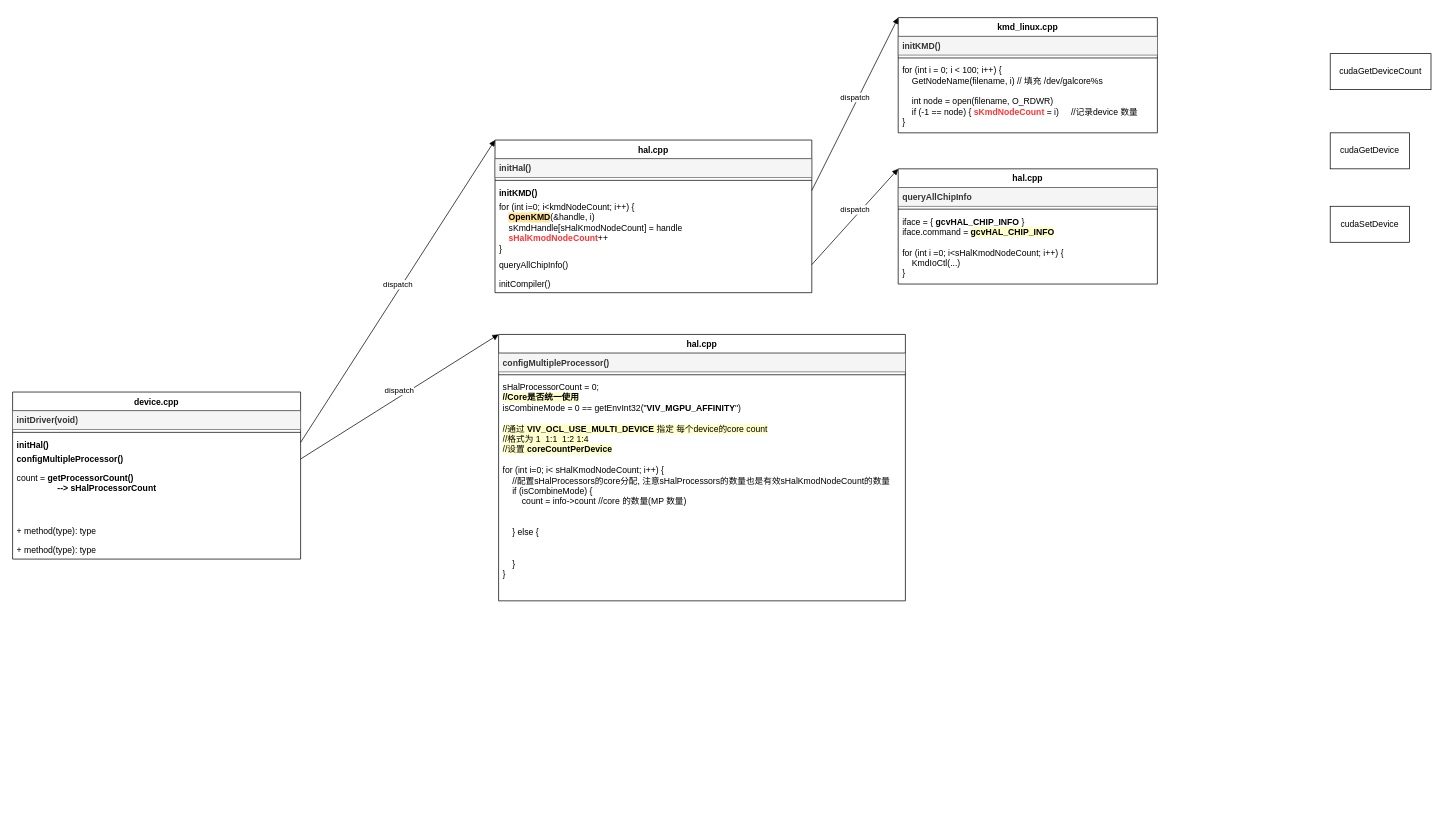
Above: device_count.drawio in evolution124/mydiagram (draw.io), before the change. Source tidied: cells renumbered, new cells numbered last; positions are measured from the earlier drawing's top-left corner, leaving out a move shared by most shapes. Both pictures are drawn from the tidied source at 72%, with x=0, y=0 at pixel (12, 17).
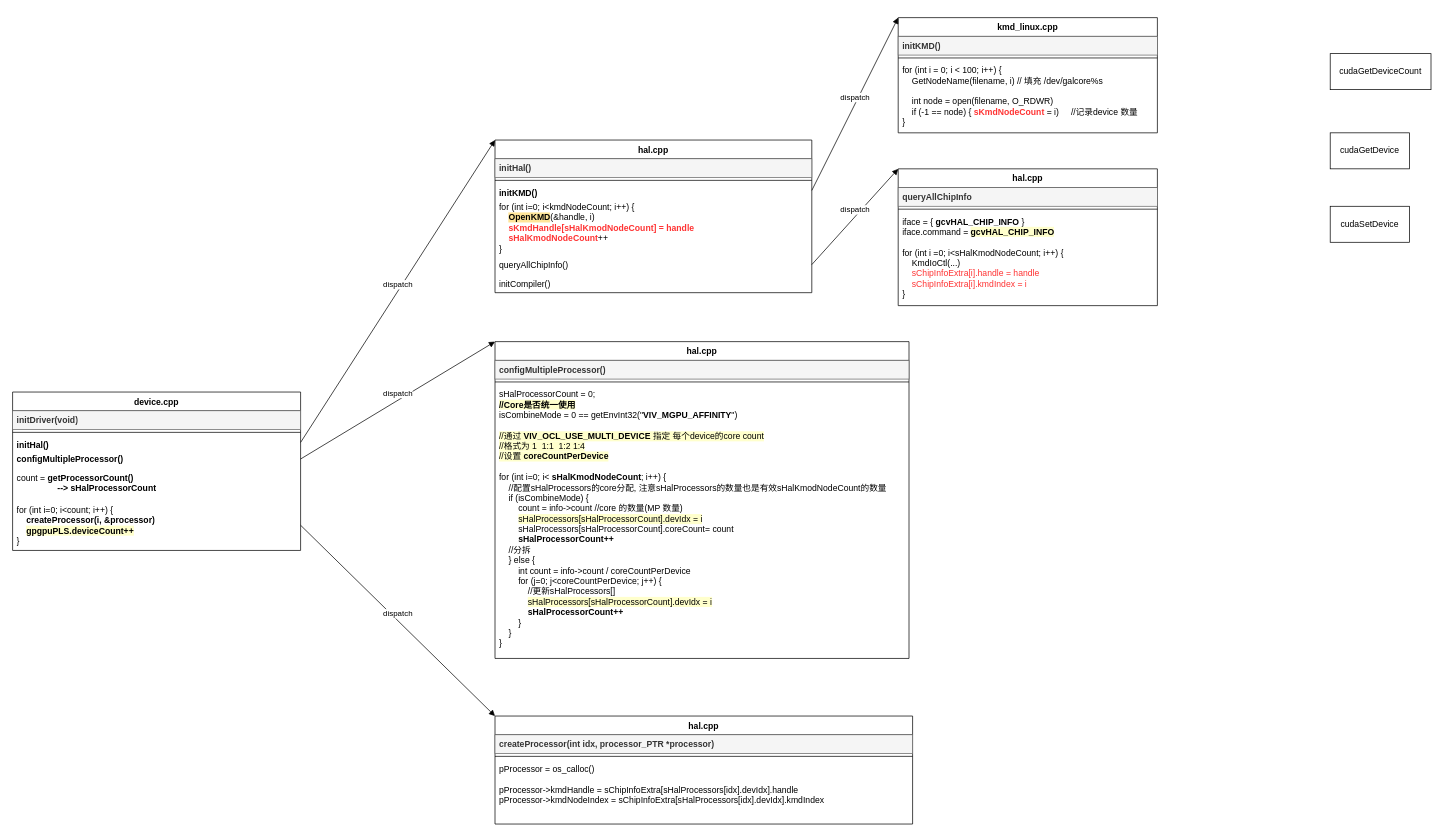
The same page after the edit.

Unchanged cells that the change refers to:
```xml
<mxCell id="2" value="hal.cpp" style="swimlane;fontStyle=1;align=center;verticalAlign=top;horizontal=1;startSize=26;whiteSpace=wrap;html=1;" parent="1" vertex="1">
  <mxGeometry x="670" y="170" width="440" height="212" as="geometry" />
</mxCell>
```

Diff of the diagram source:
```diff
@@
-    <mxCell id="6" value="for (int i=0; i&amp;lt;kmdNodeCount; i++) {&lt;div&gt;&amp;nbsp; &amp;nbsp; &lt;b style=&quot;background-color: rgb(255, 229, 153);&quot;&gt;OpenKMD&lt;/b&gt;(&amp;amp;handle, i)&lt;/div&gt;&lt;div&gt;&amp;nbsp; &amp;nbsp; sKmdHandle[sHalKmodNodeCount] = handle&lt;/div&gt;&lt;div&gt;&amp;nbsp; &amp;nbsp; &lt;font color=&quot;#ff3333&quot;&gt;&lt;b&gt;sHalKmodNodeCount&lt;/b&gt;&lt;/font&gt;++&lt;/div&gt;&lt;div&gt;}&lt;/div&gt;" style="text;strokeColor=none;fillColor=none;align=left;verticalAlign=top;spacingLeft=4;spacingRight=4;overflow=hidden;whiteSpace=wrap;html=1;" parent="2" vertex="1">
+    <mxCell id="6" value="for (int i=0; i&amp;lt;kmdNodeCount; i++) {&lt;div&gt;&amp;nbsp; &amp;nbsp; &lt;b style=&quot;background-color: rgb(255, 229, 153);&quot;&gt;OpenKMD&lt;/b&gt;(&amp;amp;handle, i)&lt;/div&gt;&lt;div&gt;&amp;nbsp; &amp;nbsp; &lt;font color=&quot;#ff3333&quot;&gt;&lt;b&gt;sKmdHandle[sHalKmodNodeCount] = handle&lt;/b&gt;&lt;/font&gt;&lt;/div&gt;&lt;div&gt;&amp;nbsp; &amp;nbsp; &lt;font color=&quot;#ff3333&quot;&gt;&lt;b&gt;sHalKmodNodeCount&lt;/b&gt;&lt;/font&gt;++&lt;/div&gt;&lt;div&gt;}&lt;/div&gt;" style="text;strokeColor=none;fillColor=none;align=left;verticalAlign=top;spacingLeft=4;spacingRight=4;overflow=hidden;whiteSpace=wrap;html=1;" parent="2" vertex="1">
       <mxGeometry y="80" width="440" height="80" as="geometry" />
     </mxCell>
@@
     <mxCell id="17" value="hal.cpp" style="swimlane;fontStyle=1;align=center;verticalAlign=top;horizontal=1;startSize=26;whiteSpace=wrap;html=1;" parent="1" vertex="1">
-      <mxGeometry x="1230" y="210" width="360" height="160" as="geometry" />
+      <mxGeometry x="1230" y="210" width="360" height="190" as="geometry" />
     </mxCell>
@@
-    <mxCell id="20" value="iface = { &lt;b&gt;gcvHAL_CHIP_INFO&lt;/b&gt; }&lt;div&gt;iface.command = &lt;b style=&quot;background-color: rgb(255, 255, 204);&quot;&gt;gcvHAL_CHIP_INFO&lt;/b&gt;&lt;/div&gt;&lt;div&gt;&lt;br&gt;&lt;/div&gt;&lt;div&gt;for (int i =0; i&amp;lt;sHalKmodNodeCount; i++) {&lt;/div&gt;&lt;div&gt;&amp;nbsp; &amp;nbsp; KmdIoCtl(...)&lt;/div&gt;&lt;div&gt;}&lt;/div&gt;" style="text;strokeColor=none;fillColor=none;align=left;verticalAlign=top;spacingLeft=4;spacingRight=4;overflow=hidden;whiteSpace=wrap;html=1;" parent="17" vertex="1">
-      <mxGeometry y="60" width="360" height="100" as="geometry" />
+    <mxCell id="20" value="iface = { &lt;b&gt;gcvHAL_CHIP_INFO&lt;/b&gt; }&lt;div&gt;iface.command = &lt;b style=&quot;background-color: rgb(255, 255, 204);&quot;&gt;gcvHAL_CHIP_INFO&lt;/b&gt;&lt;/div&gt;&lt;div&gt;&lt;br&gt;&lt;/div&gt;&lt;div&gt;for (int i =0; i&amp;lt;sHalKmodNodeCount; i++) {&lt;/div&gt;&lt;div&gt;&amp;nbsp; &amp;nbsp; KmdIoCtl(...)&lt;/div&gt;&lt;div&gt;&amp;nbsp; &amp;nbsp; &lt;font color=&quot;#ff3333&quot;&gt;sChipInfoExtra[i].handle = handle&lt;/font&gt;&lt;br&gt;&amp;nbsp; &amp;nbsp; &lt;font color=&quot;#ff3333&quot;&gt;sChipInfoExtra[i].kmdIndex = i&lt;/font&gt;&lt;/div&gt;&lt;div&gt;}&lt;/div&gt;" style="text;strokeColor=none;fillColor=none;align=left;verticalAlign=top;spacingLeft=4;spacingRight=4;overflow=hidden;whiteSpace=wrap;html=1;" parent="17" vertex="1">
+      <mxGeometry y="60" width="360" height="130" as="geometry" />
     </mxCell>
@@
     <mxCell id="22" value="device.cpp" style="swimlane;fontStyle=1;align=center;verticalAlign=top;horizontal=1;startSize=26;whiteSpace=wrap;html=1;" parent="1" vertex="1">
-      <mxGeometry y="520" width="400" height="232" as="geometry" />
+      <mxGeometry y="520" width="400" height="220" as="geometry" />
     </mxCell>
@@
     <mxCell id="27" value="count = &lt;b&gt;getProcessorCount()&lt;/b&gt;&lt;div&gt;&lt;b&gt;&amp;nbsp; &amp;nbsp; &amp;nbsp; &amp;nbsp; &amp;nbsp; &amp;nbsp; &amp;nbsp; &amp;nbsp; &amp;nbsp;--&amp;gt; sHalProcessorCount&lt;/b&gt;&lt;/div&gt;" style="text;strokeColor=none;fillColor=none;align=left;verticalAlign=top;spacingLeft=4;spacingRight=4;overflow=hidden;whiteSpace=wrap;html=1;" parent="22" vertex="1">
-      <mxGeometry y="106" width="400" height="74" as="geometry" />
+      <mxGeometry y="106" width="400" height="44" as="geometry" />
     </mxCell>
-    <mxCell id="28" value="+ method(type): type" style="text;strokeColor=none;fillColor=none;align=left;verticalAlign=top;spacingLeft=4;spacingRight=4;overflow=hidden;points=[[0,0.5],[1,0.5]];portConstraint=eastwest;whiteSpace=wrap;html=1;" parent="22" vertex="1">
-      <mxGeometry y="180" width="400" height="26" as="geometry" />
+    <mxCell id="28" value="for (int i=0; i&amp;lt;count; i++) {&lt;div&gt;&amp;nbsp; &amp;nbsp; &lt;b&gt;createProcessor(i, &amp;amp;processor)&lt;/b&gt;&lt;br&gt;&amp;nbsp; &amp;nbsp; &lt;b style=&quot;background-color: rgb(255, 255, 204);&quot;&gt;gpgpuPLS.deviceCount++&lt;/b&gt;&lt;/div&gt;&lt;div&gt;}&lt;/div&gt;" style="text;strokeColor=none;fillColor=none;align=left;verticalAlign=top;spacingLeft=4;spacingRight=4;overflow=hidden;points=[[0,0.5],[1,0.5]];portConstraint=eastwest;whiteSpace=wrap;html=1;" parent="22" vertex="1">
+      <mxGeometry y="150" width="400" height="70" as="geometry" />
     </mxCell>
-    <mxCell id="29" value="+ method(type): type" style="text;strokeColor=none;fillColor=none;align=left;verticalAlign=top;spacingLeft=4;spacingRight=4;overflow=hidden;whiteSpace=wrap;html=1;" parent="22" vertex="1">
-      <mxGeometry y="206" width="400" height="26" as="geometry" />
-    </mxCell>
@@
     <mxCell id="31" value="hal.cpp" style="swimlane;fontStyle=1;align=center;verticalAlign=top;horizontal=1;startSize=26;whiteSpace=wrap;html=1;" parent="1" vertex="1">
-      <mxGeometry x="675" y="440" width="565" height="370" as="geometry" />
+      <mxGeometry x="670" y="450" width="575" height="440" as="geometry" />
     </mxCell>
     <mxCell id="32" value="&lt;b&gt;configMultipleProcessor()&lt;/b&gt;" style="text;strokeColor=#666666;fillColor=#f5f5f5;align=left;verticalAlign=top;spacingLeft=4;spacingRight=4;overflow=hidden;whiteSpace=wrap;html=1;fontColor=#333333;" parent="31" vertex="1">
-      <mxGeometry y="26" width="565" height="26" as="geometry" />
+      <mxGeometry y="26" width="575" height="26" as="geometry" />
     </mxCell>
     <mxCell id="33" style="line;strokeWidth=1;fillColor=none;align=left;verticalAlign=middle;spacingTop=-1;spacingLeft=3;spacingRight=3;labelPosition=right;strokeColor=inherit;" parent="31" vertex="1">
-      <mxGeometry y="52" width="565" height="8" as="geometry" />
+      <mxGeometry y="52" width="575" height="8" as="geometry" />
     </mxCell>
-    <mxCell id="34" value="sHalProcessorCount = 0;&lt;div&gt;&lt;b style=&quot;background-color: rgb(255, 255, 204);&quot;&gt;//Core是否统一使用&lt;/b&gt;&lt;/div&gt;&lt;div&gt;isCombineMode = 0 == getEnvInt32(&quot;&lt;b&gt;VIV_MGPU_AFFINITY&lt;/b&gt;&quot;)&lt;/div&gt;&lt;div&gt;&lt;br&gt;&lt;/div&gt;&lt;div&gt;&lt;span style=&quot;background-color: rgb(255, 255, 204);&quot;&gt;//通过 &lt;b&gt;VIV_OCL_USE_MULTI_DEVICE &lt;/b&gt;指定 每个device的core count&lt;/span&gt;&lt;/div&gt;&lt;div&gt;&lt;span style=&quot;background-color: rgb(255, 255, 204);&quot;&gt;//格式为 1&amp;nbsp; 1:1&amp;nbsp; 1:2 1:4&lt;/span&gt;&lt;/div&gt;&lt;div&gt;&lt;span style=&quot;background-color: rgb(255, 255, 204);&quot;&gt;//设置 &lt;b&gt;coreCountPerDevice&lt;/b&gt;&lt;/span&gt;&lt;/div&gt;&lt;div&gt;&lt;br&gt;&lt;/div&gt;&lt;div&gt;for (int i=0; i&amp;lt; sHalKmodNodeCount; i++) {&lt;/div&gt;&lt;div&gt;&amp;nbsp; &amp;nbsp; //配置sHalProcessors的core分配, 注意sHalProcessors的数量也是有效sHalKmodNodeCount的数量&lt;/div&gt;&lt;div&gt;&amp;nbsp; &amp;nbsp; if (isCombineMode) {&lt;/div&gt;&lt;div&gt;&amp;nbsp; &amp;nbsp; &amp;nbsp; &amp;nbsp; count = info-&amp;gt;count //core 的数量(MP 数量)&lt;/div&gt;&lt;div&gt;&amp;nbsp; &amp;nbsp; &amp;nbsp; &amp;nbsp;&amp;nbsp;&lt;/div&gt;&lt;div&gt;&lt;br&gt;&lt;/div&gt;&lt;div&gt;&amp;nbsp; &amp;nbsp; } else {&lt;/div&gt;&lt;div&gt;&lt;br&gt;&lt;/div&gt;&lt;div&gt;&lt;br&gt;&lt;/div&gt;&lt;div&gt;&amp;nbsp; &amp;nbsp; }&lt;/div&gt;&lt;div&gt;}&lt;/div&gt;&lt;div&gt;&lt;br&gt;&lt;/div&gt;&lt;div&gt;&lt;br&gt;&lt;div&gt;&lt;br&gt;&lt;/div&gt;&lt;div&gt;&lt;br&gt;&lt;/div&gt;&lt;/div&gt;" style="text;strokeColor=none;fillColor=none;align=left;verticalAlign=top;spacingLeft=4;spacingRight=4;overflow=hidden;whiteSpace=wrap;html=1;" parent="31" vertex="1">
-      <mxGeometry y="60" width="565" height="310" as="geometry" />
+    <mxCell id="34" value="sHalProcessorCount = 0;&lt;div&gt;&lt;b style=&quot;background-color: rgb(255, 255, 204);&quot;&gt;//Core是否统一使用&lt;/b&gt;&lt;/div&gt;&lt;div&gt;isCombineMode = 0 == getEnvInt32(&quot;&lt;b&gt;VIV_MGPU_AFFINITY&lt;/b&gt;&quot;)&lt;/div&gt;&lt;div&gt;&lt;br&gt;&lt;/div&gt;&lt;div&gt;&lt;span style=&quot;background-color: rgb(255, 255, 204);&quot;&gt;//通过 &lt;b&gt;VIV_OCL_USE_MULTI_DEVICE &lt;/b&gt;指定 每个device的core count&lt;/span&gt;&lt;/div&gt;&lt;div&gt;&lt;span style=&quot;background-color: rgb(255, 255, 204);&quot;&gt;//格式为 1&amp;nbsp; 1:1&amp;nbsp; 1:2 1:4&lt;/span&gt;&lt;/div&gt;&lt;div&gt;&lt;span style=&quot;background-color: rgb(255, 255, 204);&quot;&gt;//设置 &lt;b&gt;coreCountPerDevice&lt;/b&gt;&lt;/span&gt;&lt;/div&gt;&lt;div&gt;&lt;br&gt;&lt;/div&gt;&lt;div&gt;for (int i=0; i&amp;lt; &lt;b&gt;sHalKmodNodeCount&lt;/b&gt;; i++) {&lt;/div&gt;&lt;div&gt;&amp;nbsp; &amp;nbsp; //配置sHalProcessors的core分配, 注意sHalProcessors的数量也是有效sHalKmodNodeCount的数量&lt;/div&gt;&lt;div&gt;&amp;nbsp; &amp;nbsp; if (isCombineMode) {&lt;/div&gt;&lt;div&gt;&amp;nbsp; &amp;nbsp; &amp;nbsp; &amp;nbsp; count = info-&amp;gt;count //core 的数量(MP 数量)&lt;/div&gt;&lt;div&gt;&amp;nbsp; &amp;nbsp; &amp;nbsp; &amp;nbsp; &lt;span style=&quot;background-color: rgb(255, 255, 204);&quot;&gt;sHalProcessors[sHalProcessorCount].devIdx = i&lt;/span&gt;&lt;/div&gt;&lt;div&gt;&amp;nbsp; &amp;nbsp; &amp;nbsp; &amp;nbsp; sHalProcessors[sHalProcessorCount].coreCount= count&lt;br&gt;&amp;nbsp; &amp;nbsp; &amp;nbsp; &amp;nbsp; &lt;b&gt;sHalProcessorCount++&lt;/b&gt;&lt;/div&gt;&lt;div&gt;&amp;nbsp; &amp;nbsp; //分拆&lt;/div&gt;&lt;div&gt;&amp;nbsp; &amp;nbsp; } else {&lt;/div&gt;&lt;div&gt;&amp;nbsp; &amp;nbsp; &amp;nbsp; &amp;nbsp; int count = info-&amp;gt;count / coreCountPerDevice&lt;br&gt;&amp;nbsp; &amp;nbsp; &amp;nbsp; &amp;nbsp; for (j=0; j&amp;lt;coreCountPerDevice; j++) {&lt;/div&gt;&lt;div&gt;&amp;nbsp; &amp;nbsp; &amp;nbsp; &amp;nbsp; &amp;nbsp; &amp;nbsp; //更新sHalProcessors[]&lt;/div&gt;&lt;div&gt;&amp;nbsp; &amp;nbsp; &amp;nbsp; &amp;nbsp; &amp;nbsp; &amp;nbsp;&amp;nbsp;&lt;span style=&quot;background-color: rgb(255, 255, 204);&quot;&gt;sHalProcessors[sHalProcessorCount].devIdx = i&lt;/span&gt;&lt;/div&gt;&lt;div&gt;&amp;nbsp; &amp;nbsp; &amp;nbsp; &amp;nbsp; &amp;nbsp; &amp;nbsp;&amp;nbsp;&lt;b style=&quot;background-color: initial;&quot;&gt;sHalProcessorCount++&lt;/b&gt;&lt;/div&gt;&lt;div&gt;&amp;nbsp; &amp;nbsp; &amp;nbsp; &amp;nbsp; }&lt;/div&gt;&lt;div&gt;&amp;nbsp; &amp;nbsp; }&lt;/div&gt;&lt;div&gt;}&lt;/div&gt;&lt;div&gt;&lt;div&gt;&lt;br&gt;&lt;/div&gt;&lt;/div&gt;" style="text;strokeColor=none;fillColor=none;align=left;verticalAlign=top;spacingLeft=4;spacingRight=4;overflow=hidden;whiteSpace=wrap;html=1;" parent="31" vertex="1">
+      <mxGeometry y="60" width="575" height="380" as="geometry" />
     </mxCell>
@@
+    <mxCell id="36" value="hal.cpp" style="swimlane;fontStyle=1;align=center;verticalAlign=top;horizontal=1;startSize=26;whiteSpace=wrap;html=1;" parent="1" vertex="1">
+      <mxGeometry x="670" y="970" width="580" height="150" as="geometry" />
+    </mxCell>
+    <mxCell id="37" value="&lt;b&gt;createProcessor(int idx, processor_PTR *processor)&lt;/b&gt;" style="text;strokeColor=#666666;fillColor=#f5f5f5;align=left;verticalAlign=top;spacingLeft=4;spacingRight=4;overflow=hidden;whiteSpace=wrap;html=1;fontColor=#333333;" parent="36" vertex="1">
+      <mxGeometry y="26" width="580" height="26" as="geometry" />
+    </mxCell>
+    <mxCell id="38" style="line;strokeWidth=1;fillColor=none;align=left;verticalAlign=middle;spacingTop=-1;spacingLeft=3;spacingRight=3;labelPosition=right;strokeColor=inherit;" parent="36" vertex="1">
+      <mxGeometry y="52" width="580" height="8" as="geometry" />
+    </mxCell>
+    <mxCell id="39" value="pProcessor = os_calloc()&lt;div&gt;&lt;br&gt;&lt;/div&gt;&lt;div&gt;pProcessor-&amp;gt;kmdHandle = sChipInfoExtra[sHalProcessors[idx].devIdx].handle&lt;/div&gt;&lt;div&gt;pProcessor-&amp;gt;kmdNodeIndex = sChipInfoExtra[sHalProcessors[idx].devIdx].kmdIndex&amp;nbsp;&lt;/div&gt;&lt;div&gt;&lt;br&gt;&lt;/div&gt;&lt;div&gt;&lt;br&gt;&lt;/div&gt;" style="text;strokeColor=none;fillColor=none;align=left;verticalAlign=top;spacingLeft=4;spacingRight=4;overflow=hidden;whiteSpace=wrap;html=1;" parent="36" vertex="1">
+      <mxGeometry y="60" width="580" height="90" as="geometry" />
+    </mxCell>
+    <mxCell id="40" value="dispatch" style="html=1;verticalAlign=bottom;endArrow=block;curved=0;rounded=0;entryX=0;entryY=0;entryDx=0;entryDy=0;exitX=1;exitY=0.5;exitDx=0;exitDy=0;" parent="1" edge="1" source="28" target="36">
+      <mxGeometry relative="1" as="geometry" />
+    </mxCell>
```
